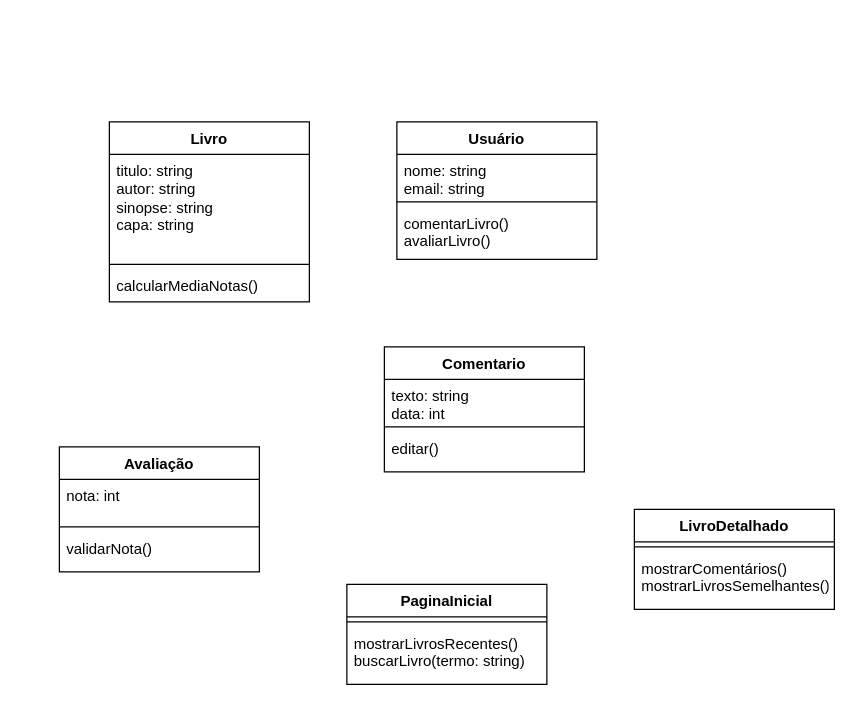
Jhonneg/FluxogramaRepo keeps this draw.io diagram as uml.drawio. Above is the earlier version. Source tidied: cells renumbered, new cells numbered last; positions are measured from the earlier drawing's top-left corner, leaving out a move shared by most shapes. Both pictures are drawn from the tidied source at 125%, with x=0, y=0 at pixel (59, 121).
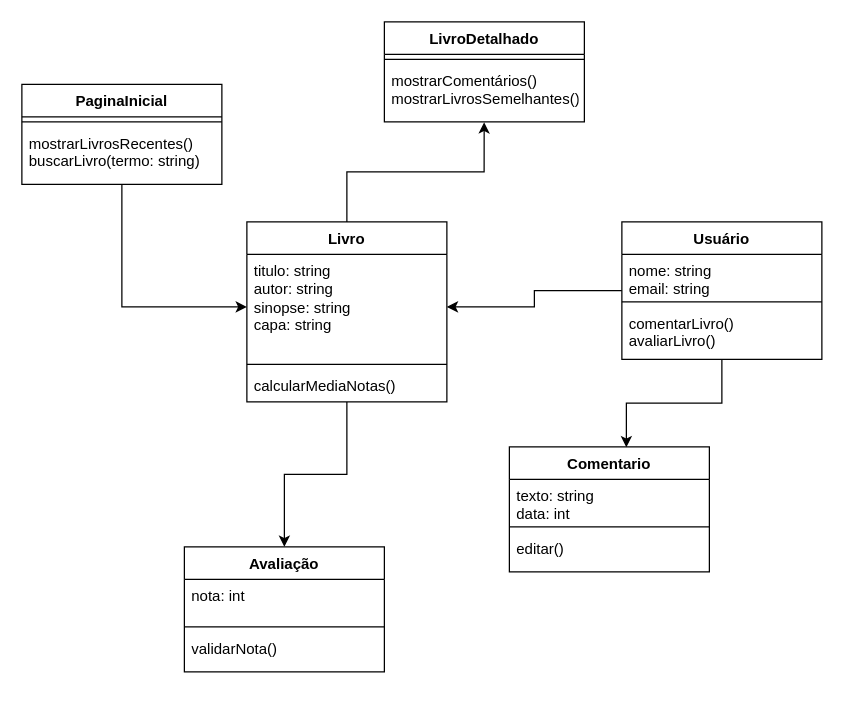
The same page after the edit.

The change refers to these unchanged cells:
```xml
<mxCell id="3" value="titulo: string&lt;div&gt;autor: string&lt;/div&gt;&lt;div&gt;sinopse: string&lt;div&gt;capa:&amp;nbsp;&lt;span style=&quot;background-color: transparent; color: light-dark(rgb(0, 0, 0), rgb(255, 255, 255));&quot;&gt;string&lt;/span&gt;&lt;/div&gt;&lt;/div&gt;" style="text;strokeColor=none;fillColor=none;align=left;verticalAlign=top;spacingLeft=4;spacingRight=4;overflow=hidden;points=[[0,0.5],[1,0.5]];portConstraint=eastwest;whiteSpace=wrap;html=1;" parent="2" vertex="1">
  <mxGeometry y="26" width="160" height="84" as="geometry" />
</mxCell>
<mxCell id="23" value="mostrarComentários()&lt;div&gt;mostrarLivrosSemelhantes()&lt;/div&gt;" style="text;strokeColor=none;fillColor=none;align=left;verticalAlign=top;spacingLeft=4;spacingRight=4;overflow=hidden;points=[[0,0.5],[1,0.5]];portConstraint=eastwest;whiteSpace=wrap;html=1;" parent="21" vertex="1">
  <mxGeometry y="34" width="160" height="46" as="geometry" />
</mxCell>
```

Change to the diagram source:
```diff
@@
+    <mxCell id="24" style="edgeStyle=orthogonalEdgeStyle;rounded=0;jettySize=auto;html=1;entryX=0.5;entryY=0;entryDx=0;entryDy=0;" parent="1" edge="1" source="2" target="14">
+      <mxGeometry relative="1" as="geometry" />
+    </mxCell>
     <mxCell id="2" value="Livro" style="swimlane;fontStyle=1;align=center;verticalAlign=top;horizontal=1;startSize=26;whiteSpace=wrap;html=1;" parent="1" vertex="1">
-      <mxGeometry x="40" width="160" height="144" as="geometry" />
+      <mxGeometry x="150" y="80" width="160" height="144" as="geometry" />
     </mxCell>
@@
+    <mxCell id="25" style="edgeStyle=orthogonalEdgeStyle;rounded=0;jettySize=auto;html=1;entryX=1;entryY=0.5;entryDx=0;entryDy=0;" parent="1" edge="1" source="6" target="3">
+      <mxGeometry relative="1" as="geometry" />
+    </mxCell>
     <mxCell id="6" value="Usuário" style="swimlane;fontStyle=1;align=center;verticalAlign=top;horizontal=1;startSize=26;whiteSpace=wrap;html=1;" parent="1" vertex="1">
-      <mxGeometry x="270" width="160" height="110" as="geometry" />
+      <mxGeometry x="450" y="80" width="160" height="110" as="geometry" />
     </mxCell>
@@
     <mxCell id="10" value="Comentario" style="swimlane;fontStyle=1;align=center;verticalAlign=top;horizontal=1;startSize=26;whiteSpace=wrap;html=1;" parent="1" vertex="1">
-      <mxGeometry x="260" y="180" width="160" height="100" as="geometry" />
+      <mxGeometry x="360" y="260" width="160" height="100" as="geometry" />
     </mxCell>
@@
     <mxCell id="14" value="Avaliação" style="swimlane;fontStyle=1;align=center;verticalAlign=top;horizontal=1;startSize=26;whiteSpace=wrap;html=1;" parent="1" vertex="1">
-      <mxGeometry y="260" width="160" height="100" as="geometry" />
+      <mxGeometry x="100" y="340" width="160" height="100" as="geometry" />
     </mxCell>
@@
+    <mxCell id="26" style="edgeStyle=orthogonalEdgeStyle;rounded=0;jettySize=auto;html=1;entryX=0;entryY=0.5;entryDx=0;entryDy=0;" parent="1" edge="1" source="18" target="3">
+      <mxGeometry relative="1" as="geometry" />
+    </mxCell>
     <mxCell id="18" value="PaginaInicial" style="swimlane;fontStyle=1;align=center;verticalAlign=top;horizontal=1;startSize=26;whiteSpace=wrap;html=1;" parent="1" vertex="1">
-      <mxGeometry x="230" y="370" width="160" height="80" as="geometry" />
+      <mxGeometry x="-30" y="-30" width="160" height="80" as="geometry" />
     </mxCell>
@@
     <mxCell id="21" value="LivroDetalhado" style="swimlane;fontStyle=1;align=center;verticalAlign=top;horizontal=1;startSize=26;whiteSpace=wrap;html=1;" parent="1" vertex="1">
-      <mxGeometry x="460" y="310" width="160" height="80" as="geometry" />
+      <mxGeometry x="260" y="-80" width="160" height="80" as="geometry" />
     </mxCell>
@@
+    <mxCell id="27" style="edgeStyle=orthogonalEdgeStyle;rounded=0;jettySize=auto;html=1;entryX=0.585;entryY=0.004;entryDx=0;entryDy=0;entryPerimeter=0;" parent="1" edge="1" source="6" target="10">
+      <mxGeometry relative="1" as="geometry" />
+    </mxCell>
+    <mxCell id="28" style="edgeStyle=orthogonalEdgeStyle;rounded=0;jettySize=auto;html=1;entryX=0.499;entryY=1.008;entryDx=0;entryDy=0;entryPerimeter=0;" parent="1" edge="1" source="2" target="23">
+      <mxGeometry relative="1" as="geometry" />
+    </mxCell>
```
